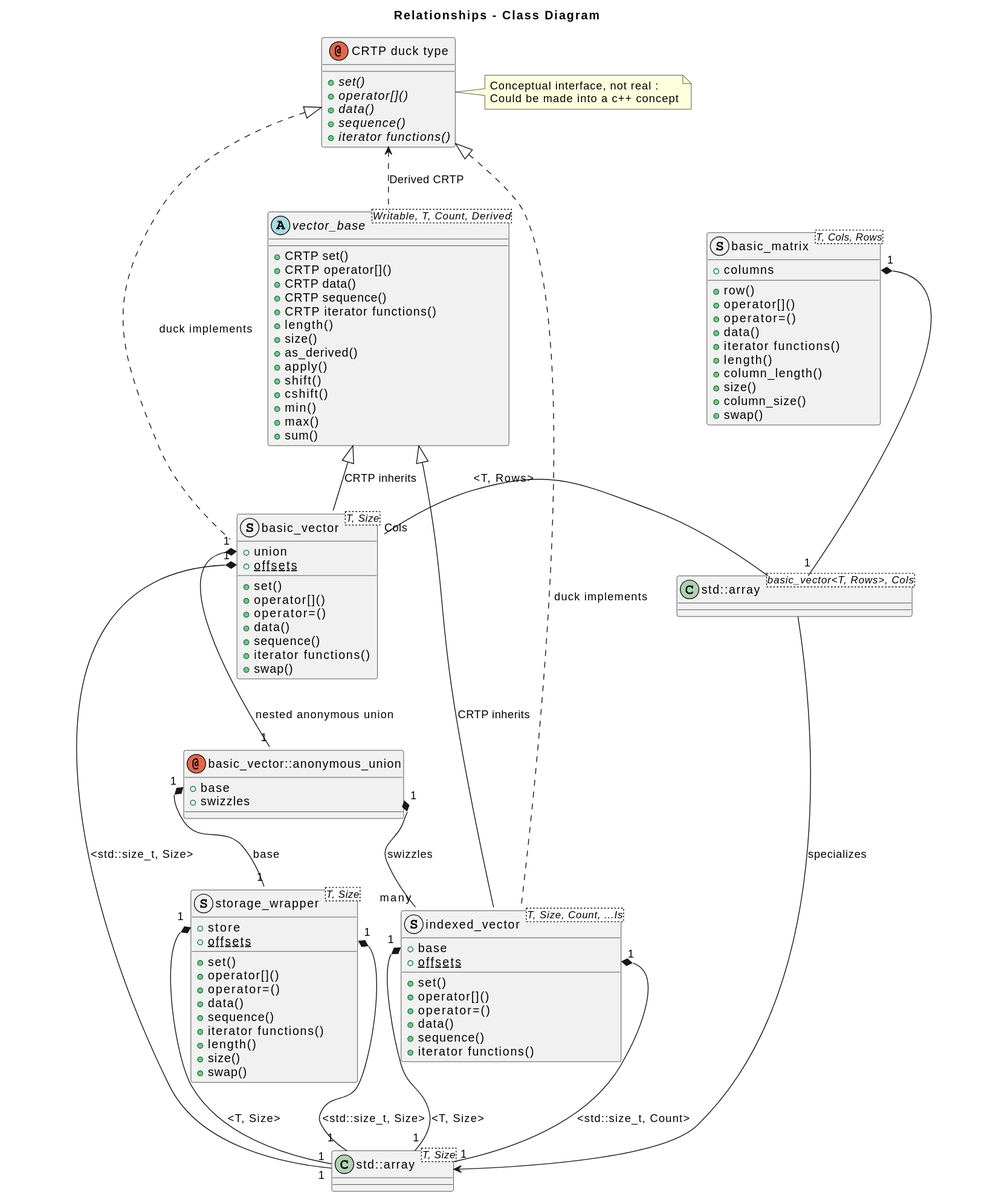
Earlier version of the PlantUML export docs/dsga.svg (davidbrowne/dsga).
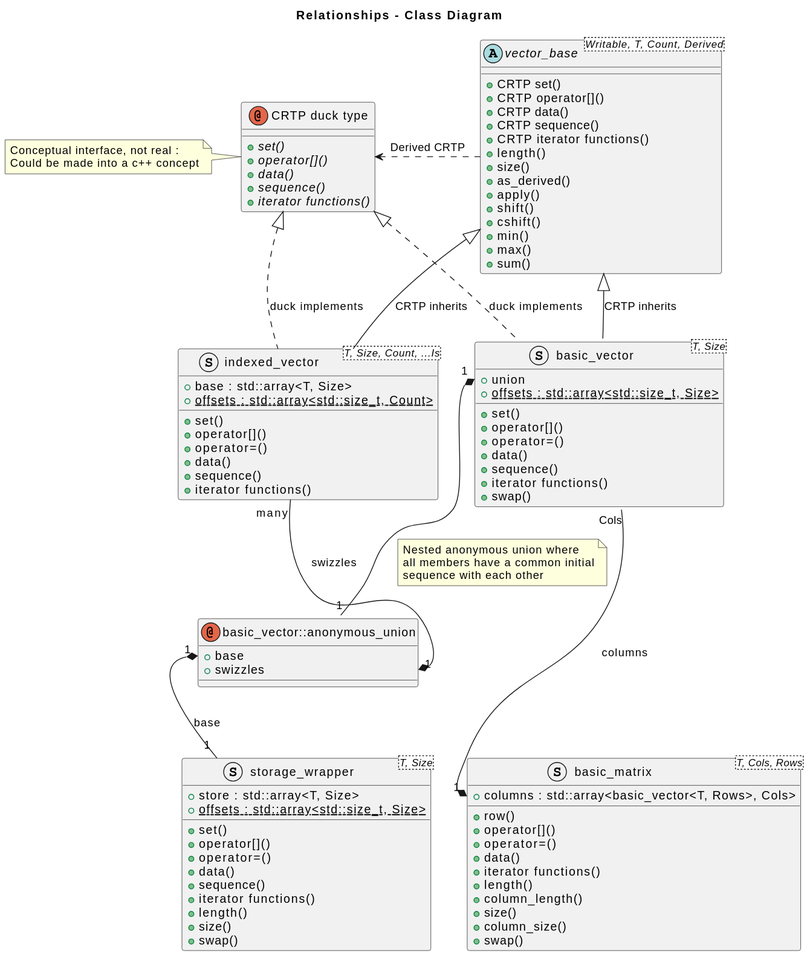
Above is the later version.

The edit, as a diff of the source:
```diff
@@ -8,7 +8,7 @@
 		+ {abstract} sequence()
 		+ {abstract} iterator functions()
 	}
-	note right of "CRTP duck type"
+	note left of "CRTP duck type"
 		Conceptual interface, not real :
 		Could be made into a c++ concept
 	end note
@@ -32,7 +32,7 @@
 	struct basic_vector<T, Size>
 	{
 		+ union
-		+ {static} offsets
+		+ {static} offsets : std::array<std::size_t, Size>
 		+ set()
 		+ operator[]()
 		+ operator=()
@@ -48,8 +48,8 @@
 	}
 	struct storage_wrapper<T, Size>
 	{
-		+ store
-		+ {static} offsets
+		+ store : std::array<T, Size>
+		+ {static} offsets : std::array<std::size_t, Size>
 		+ set()
 		+ operator[]()
 		+ operator=()
@@ -62,8 +62,8 @@
 	}
 	struct indexed_vector<T, Size, Count, ...Is>
 	{
-		+ base
-		+ {static} offsets
+		+ base : std::array<T, Size>
+		+ {static} offsets : std::array<std::size_t, Count>
 		+ set()
 		+ operator[]()
 		+ operator=()
@@ -73,7 +73,7 @@
 	}
 	struct basic_matrix<T, Cols, Rows>
 	{
-		+ columns
+		+ columns : std::array<basic_vector<T, Rows>, Cols>
 		+ row()
 		+ operator[]()
 		+ operator=()
@@ -85,24 +85,20 @@
 		+ column_size()
 		+ swap()
 	}
-	class std::array<T, Size>
-	{
-	}
-	class class1 as "std::array<basic_vector<T, Rows>, Cols>"
 	vector_base <|-- basic_vector: CRTP inherits
 	vector_base <|-- indexed_vector : CRTP inherits
 	"CRTP duck type" ^.. basic_vector : duck implements
 	"CRTP duck type" ^.. indexed_vector : duck implements
 	basic_vector::anonymous_union::base "1" *-- "1" storage_wrapper : base
 	basic_vector::anonymous_union::swizzles "1" *-- "many" indexed_vector : swizzles
-	basic_vector::union "1" *-- "1" basic_vector::anonymous_union : nested anonymous union
-	"CRTP duck type" <.. vector_base : Derived CRTP
-	storage_wrapper::offsets "1" *-- "1" std::array : <std::size_t, Size>
-	storage_wrapper::store "1" *-- "1" std::array : <T, Size>
-	basic_vector::offsets "1" *-- "1" std::array : <std::size_t, Size>
-	indexed_vector::offsets "1" *-- "1" std::array : <std::size_t, Count>
-	indexed_vector::base "1" *-- "1" std::array : <T, Size>
-	class1 -left- "Cols" basic_vector : <T, Rows>
-	class1 --> std::array : specializes
-	basic_matrix::columns "1" *-- "1" class1
+	basic_vector::union "1" *-- "1" basic_vector::anonymous_union
+	note right on link
+	  Nested anonymous union where
+	  all members have a common initial
+	  sequence with each other
+	end note
+	"CRTP duck type" <. vector_base : Derived CRTP
+	basic_matrix::columns "1" *-- "Cols" basic_vector : columns
+	basic_vector -[hidden]left- indexed_vector
+	storage_wrapper .[hidden]right. basic_matrix
 @enduml
```
